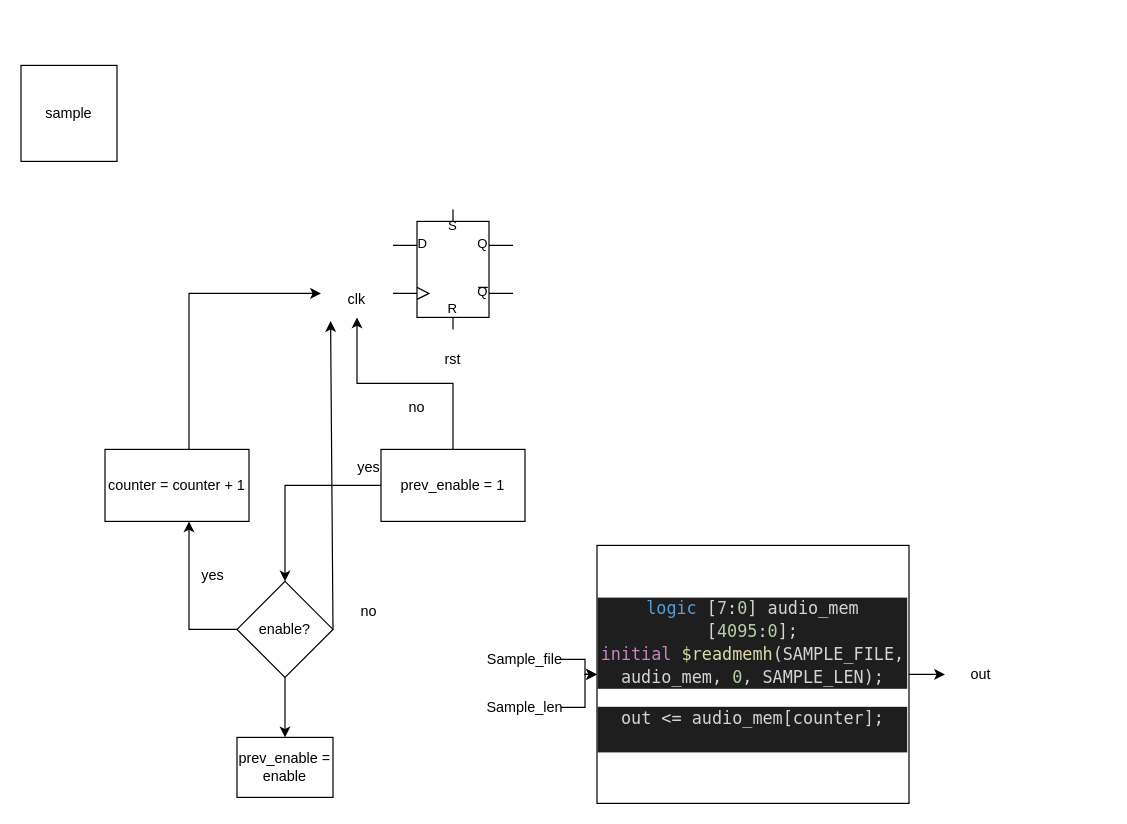
The draw.io diagram sample.drawio in LeoChen21/chenLeo, before the edit. Source tidied: cells renumbered, new cells numbered last; positions are measured from the earlier drawing's top-left corner, leaving out a move shared by most shapes. Both pictures are drawn from the tidied source at 120%, with x=0, y=0 at pixel (20, 65).
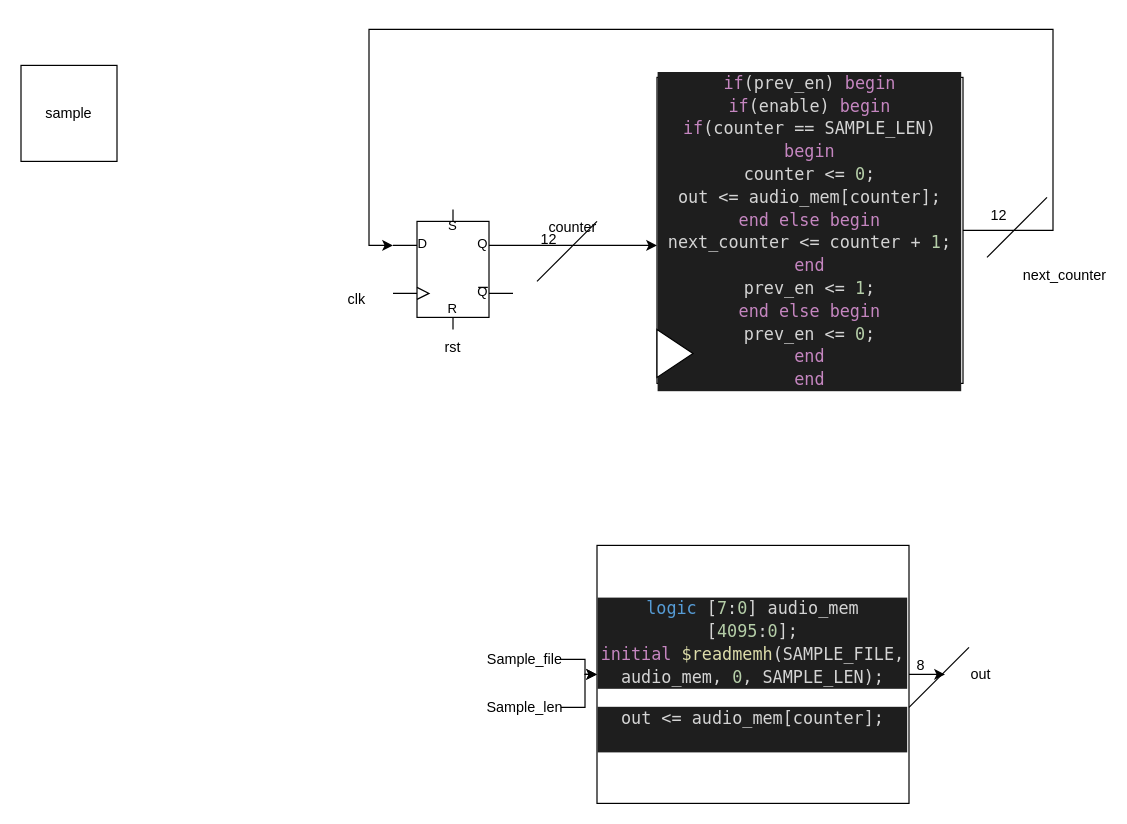
The same page after the edit.

Unchanged cells that the change refers to:
```xml
<mxCell id="3" style="verticalLabelPosition=bottom;shadow=0;dashed=0;align=center;html=1;verticalAlign=top;shape=mxgraph.electrical.logic_gates.d_type_rs_flip-flop;" parent="1" vertex="1">
  <mxGeometry x="310" y="120" width="100" height="100" as="geometry" />
</mxCell>
<mxCell id="5" value="&lt;div&gt;clk&lt;/div&gt;" style="text;html=1;strokeColor=none;fillColor=none;align=center;verticalAlign=middle;whiteSpace=wrap;rounded=0;" parent="1" vertex="1">
  <mxGeometry x="250" y="180" width="60" height="30" as="geometry" />
</mxCell>
```

The edit, as a diff of the source:
```diff
@@
+    <mxCell id="27" style="edgeStyle=orthogonalEdgeStyle;rounded=0;jettySize=auto;html=1;exitX=1;exitY=0.3;exitDx=0;exitDy=0;exitPerimeter=0;entryX=0;entryY=0.549;entryDx=0;entryDy=0;entryPerimeter=0;" parent="1" edge="1" source="3" target="29">
+      <mxGeometry relative="1" as="geometry" />
+    </mxCell>
@@
-    <mxCell id="4" value="rst" style="text;html=1;strokeColor=none;fillColor=none;align=center;verticalAlign=middle;whiteSpace=wrap;rounded=0;" parent="1" vertex="1">
-      <mxGeometry x="330" y="230" width="60" height="30" as="geometry" />
-    </mxCell>
@@
-    <mxCell id="6" style="edgeStyle=orthogonalEdgeStyle;rounded=0;jettySize=auto;html=1;entryX=0.5;entryY=0;entryDx=0;entryDy=0;" parent="1" edge="1" source="8" target="11">
-      <mxGeometry relative="1" as="geometry" />
-    </mxCell>
-    <mxCell id="7" style="edgeStyle=orthogonalEdgeStyle;rounded=0;jettySize=auto;html=1;entryX=0.5;entryY=1;entryDx=0;entryDy=0;" parent="1" edge="1" source="8" target="5">
-      <mxGeometry relative="1" as="geometry" />
-    </mxCell>
-    <mxCell id="8" value="&lt;div&gt;prev_enable = 1&lt;br&gt;&lt;/div&gt;" style="rounded=0;whiteSpace=wrap;html=1;" parent="1" vertex="1">
-      <mxGeometry x="300" y="320" width="120" height="60" as="geometry" />
-    </mxCell>
-    <mxCell id="9" style="edgeStyle=orthogonalEdgeStyle;rounded=0;jettySize=auto;html=1;entryX=0.5;entryY=0;entryDx=0;entryDy=0;" parent="1" edge="1" source="11" target="17">
-      <mxGeometry relative="1" as="geometry" />
-    </mxCell>
-    <mxCell id="10" style="edgeStyle=orthogonalEdgeStyle;rounded=0;jettySize=auto;html=1;" parent="1" edge="1" source="26" target="5">
-      <mxGeometry relative="1" as="geometry">
-        <Array as="points">
-          <mxPoint x="140" y="190" />
-        </Array>
-      </mxGeometry>
-    </mxCell>
-    <mxCell id="11" value="enable?" style="rhombus;whiteSpace=wrap;html=1;" parent="1" vertex="1">
-      <mxGeometry x="180" y="430" width="80" height="80" as="geometry" />
-    </mxCell>
-    <mxCell id="12" value="yes" style="text;html=1;strokeColor=none;fillColor=none;align=center;verticalAlign=middle;whiteSpace=wrap;rounded=0;" parent="1" vertex="1">
-      <mxGeometry x="260" y="320" width="60" height="30" as="geometry" />
-    </mxCell>
-    <mxCell id="13" value="no" style="text;html=1;strokeColor=none;fillColor=none;align=center;verticalAlign=middle;whiteSpace=wrap;rounded=0;" parent="1" vertex="1">
-      <mxGeometry x="300" y="270" width="60" height="30" as="geometry" />
-    </mxCell>
-    <mxCell id="14" value="yes" style="text;html=1;strokeColor=none;fillColor=none;align=center;verticalAlign=middle;whiteSpace=wrap;rounded=0;" parent="1" vertex="1">
-      <mxGeometry x="130" y="410" width="60" height="30" as="geometry" />
-    </mxCell>
-    <mxCell id="15" value="no" style="text;html=1;strokeColor=none;fillColor=none;align=center;verticalAlign=middle;whiteSpace=wrap;rounded=0;" parent="1" vertex="1">
-      <mxGeometry x="260" y="440" width="60" height="30" as="geometry" />
-    </mxCell>
-    <mxCell id="16" style="endArrow=classic;html=1;rounded=0;entryX=0.133;entryY=1.1;entryDx=0;entryDy=0;entryPerimeter=0;" parent="1" edge="1" target="5">
-      <mxGeometry relative="1" as="geometry">
-        <mxPoint x="260" y="470" as="sourcePoint" />
-      </mxGeometry>
-    </mxCell>
-    <mxCell id="17" value="prev_enable = enable" style="rounded=0;whiteSpace=wrap;html=1;" parent="1" vertex="1">
-      <mxGeometry x="180" y="560" width="80" height="50" as="geometry" />
-    </mxCell>
@@
-    <mxCell id="25" style="edgeStyle=orthogonalEdgeStyle;rounded=0;jettySize=auto;html=1;" parent="1" edge="1" source="11" target="26">
-      <mxGeometry relative="1" as="geometry">
-        <Array as="points">
-          <mxPoint x="140" y="470" />
-        </Array>
-      </mxGeometry>
-    </mxCell>
-    <mxCell id="26" value="counter = counter + 1" style="rounded=0;whiteSpace=wrap;html=1;" parent="1" vertex="1">
-      <mxGeometry x="70" y="320" width="120" height="60" as="geometry" />
-    </mxCell>
+    <mxCell id="4" value="rst" style="text;html=1;strokeColor=none;fillColor=none;align=center;verticalAlign=middle;whiteSpace=wrap;rounded=0;" parent="1" vertex="1">
+      <mxGeometry x="330" y="220" width="60" height="30" as="geometry" />
+    </mxCell>
+    <mxCell id="28" style="edgeStyle=orthogonalEdgeStyle;rounded=0;jettySize=auto;html=1;entryX=0;entryY=0.3;entryDx=0;entryDy=0;entryPerimeter=0;" parent="1" edge="1" source="29" target="3">
+      <mxGeometry relative="1" as="geometry">
+        <Array as="points">
+          <mxPoint x="860" y="138" />
+          <mxPoint x="860" y="-30" />
+          <mxPoint x="290" y="-30" />
+          <mxPoint x="290" y="150" />
+        </Array>
+      </mxGeometry>
+    </mxCell>
+    <mxCell id="29" value="&lt;div style=&quot;color: rgb(212, 212, 212); background-color: rgb(30, 30, 30); font-family: &amp;quot;Droid Sans Mono&amp;quot;, &amp;quot;monospace&amp;quot;, monospace; font-weight: normal; font-size: 14px; line-height: 19px;&quot;&gt;&lt;div&gt;&lt;span style=&quot;color: #c586c0;&quot;&gt;if&lt;/span&gt;&lt;span style=&quot;color: #d4d4d4;&quot;&gt;(prev_en) &lt;/span&gt;&lt;span style=&quot;color: #c586c0;&quot;&gt;begin&lt;/span&gt;&lt;span style=&quot;color: #d4d4d4;&quot;&gt; &lt;/span&gt;&lt;/div&gt;&lt;div&gt;&lt;span style=&quot;color: #d4d4d4;&quot;&gt;        &lt;/span&gt;&lt;span style=&quot;color: #c586c0;&quot;&gt;if&lt;/span&gt;&lt;span style=&quot;color: #d4d4d4;&quot;&gt;(enable) &lt;/span&gt;&lt;span style=&quot;color: #c586c0;&quot;&gt;begin&lt;/span&gt;&lt;/div&gt;&lt;div&gt;&lt;span style=&quot;color: #d4d4d4;&quot;&gt;          &lt;/span&gt;&lt;span style=&quot;color: #c586c0;&quot;&gt;if&lt;/span&gt;&lt;span style=&quot;color: #d4d4d4;&quot;&gt;(counter == SAMPLE_LEN) &lt;/span&gt;&lt;span style=&quot;color: #c586c0;&quot;&gt;begin&lt;/span&gt;&lt;/div&gt;&lt;div&gt;&lt;span style=&quot;color: #d4d4d4;&quot;&gt;            counter &amp;lt;= &lt;/span&gt;&lt;span style=&quot;color: #b5cea8;&quot;&gt;0&lt;/span&gt;&lt;span style=&quot;color: #d4d4d4;&quot;&gt;;&lt;/span&gt;&lt;/div&gt;&lt;div&gt;&lt;span style=&quot;color: #d4d4d4;&quot;&gt;            out &amp;lt;= audio_mem[counter];&lt;/span&gt;&lt;/div&gt;&lt;div&gt;&lt;span style=&quot;color: #d4d4d4;&quot;&gt;          &lt;/span&gt;&lt;span style=&quot;color: #c586c0;&quot;&gt;end&lt;/span&gt;&lt;span style=&quot;color: #d4d4d4;&quot;&gt; &lt;/span&gt;&lt;span style=&quot;color: #c586c0;&quot;&gt;else&lt;/span&gt;&lt;span style=&quot;color: #d4d4d4;&quot;&gt; &lt;/span&gt;&lt;span style=&quot;color: #c586c0;&quot;&gt;begin&lt;/span&gt;&lt;/div&gt;&lt;div&gt;&lt;span style=&quot;color: #d4d4d4;&quot;&gt;            next_counter &amp;lt;= counter + &lt;/span&gt;&lt;span style=&quot;color: #b5cea8;&quot;&gt;1&lt;/span&gt;&lt;span style=&quot;color: #d4d4d4;&quot;&gt;;&lt;/span&gt;&lt;/div&gt;&lt;div&gt;&lt;span style=&quot;color: #d4d4d4;&quot;&gt;          &lt;/span&gt;&lt;span style=&quot;color: #c586c0;&quot;&gt;end&lt;/span&gt;&lt;/div&gt;&lt;div&gt;&lt;span style=&quot;color: #d4d4d4;&quot;&gt;          prev_en &amp;lt;= &lt;/span&gt;&lt;span style=&quot;color: #b5cea8;&quot;&gt;1&lt;/span&gt;&lt;span style=&quot;color: #d4d4d4;&quot;&gt;;&lt;/span&gt;&lt;/div&gt;&lt;div&gt;&lt;span style=&quot;color: #d4d4d4;&quot;&gt;        &lt;/span&gt;&lt;span style=&quot;color: #c586c0;&quot;&gt;end&lt;/span&gt;&lt;span style=&quot;color: #d4d4d4;&quot;&gt; &lt;/span&gt;&lt;span style=&quot;color: #c586c0;&quot;&gt;else&lt;/span&gt;&lt;span style=&quot;color: #d4d4d4;&quot;&gt; &lt;/span&gt;&lt;span style=&quot;color: #c586c0;&quot;&gt;begin&lt;/span&gt;&lt;/div&gt;&lt;div&gt;&lt;span style=&quot;color: #d4d4d4;&quot;&gt;          prev_en &amp;lt;= &lt;/span&gt;&lt;span style=&quot;color: #b5cea8;&quot;&gt;0&lt;/span&gt;&lt;span style=&quot;color: #d4d4d4;&quot;&gt;;&lt;/span&gt;&lt;/div&gt;&lt;div&gt;&lt;span style=&quot;color: #d4d4d4;&quot;&gt;        &lt;/span&gt;&lt;span style=&quot;color: #c586c0;&quot;&gt;end&lt;/span&gt;&lt;/div&gt;&lt;div&gt;&lt;span style=&quot;color: #d4d4d4;&quot;&gt;      &lt;/span&gt;&lt;span style=&quot;color: #c586c0;&quot;&gt;end&lt;/span&gt;&lt;/div&gt;&lt;/div&gt;" style="whiteSpace=wrap;html=1;" parent="1" vertex="1">
+      <mxGeometry x="530" y="10" width="255" height="255" as="geometry" />
+    </mxCell>
+    <mxCell id="30" style="triangle;whiteSpace=wrap;html=1;" parent="1" vertex="1">
+      <mxGeometry x="530" y="220" width="30" height="40" as="geometry" />
+    </mxCell>
+    <mxCell id="31" value="counter" style="text;html=1;strokeColor=none;fillColor=none;align=center;verticalAlign=middle;whiteSpace=wrap;rounded=0;" parent="1" vertex="1">
+      <mxGeometry x="430" y="120" width="60" height="30" as="geometry" />
+    </mxCell>
+    <mxCell id="32" value="next_counter" style="text;html=1;strokeColor=none;fillColor=none;align=center;verticalAlign=middle;whiteSpace=wrap;rounded=0;" parent="1" vertex="1">
+      <mxGeometry x="840" y="160" width="60" height="30" as="geometry" />
+    </mxCell>
+    <mxCell id="33" style="endArrow=none;html=1;rounded=0;" parent="1" edge="1">
+      <mxGeometry relative="1" as="geometry">
+        <mxPoint x="805" y="160" as="sourcePoint" />
+        <mxPoint x="855" y="110" as="targetPoint" />
+      </mxGeometry>
+    </mxCell>
+    <mxCell id="34" value="12" style="text;html=1;strokeColor=none;fillColor=none;align=center;verticalAlign=middle;whiteSpace=wrap;rounded=0;" parent="1" vertex="1">
+      <mxGeometry x="785" y="110" width="60" height="30" as="geometry" />
+    </mxCell>
+    <mxCell id="35" style="endArrow=none;html=1;rounded=0;" parent="1" edge="1">
+      <mxGeometry relative="1" as="geometry">
+        <mxPoint x="430" y="180" as="sourcePoint" />
+        <mxPoint x="480" y="130" as="targetPoint" />
+      </mxGeometry>
+    </mxCell>
+    <mxCell id="36" value="12" style="text;html=1;strokeColor=none;fillColor=none;align=center;verticalAlign=middle;whiteSpace=wrap;rounded=0;" parent="1" vertex="1">
+      <mxGeometry x="410" y="130" width="60" height="30" as="geometry" />
+    </mxCell>
+    <mxCell id="37" style="endArrow=none;html=1;rounded=0;" parent="1" edge="1">
+      <mxGeometry relative="1" as="geometry">
+        <mxPoint x="740" y="535" as="sourcePoint" />
+        <mxPoint x="790" y="485" as="targetPoint" />
+      </mxGeometry>
+    </mxCell>
+    <mxCell id="38" value="8" style="text;html=1;strokeColor=none;fillColor=none;align=center;verticalAlign=middle;whiteSpace=wrap;rounded=0;" parent="1" vertex="1">
+      <mxGeometry x="720" y="485" width="60" height="30" as="geometry" />
+    </mxCell>
```
